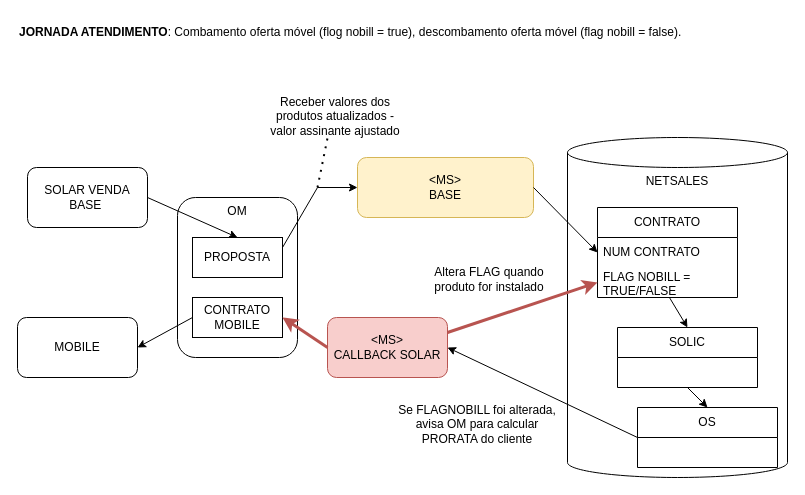
This is page "ATENDIMENTO SOLAR - COMBAMENTO BILLING ÚNICO" (7 of 8) of Billing Divergente Marcelo.drawio from samirali/ClaroBrasil, a draw.io file, before an edit. Source tidied: cells renumbered, new cells numbered last; positions are measured from the earlier drawing's top-left corner, leaving out a move shared by most shapes. Both pictures are drawn from the tidied source at 100%, with x=0, y=0 at pixel (17, 17).
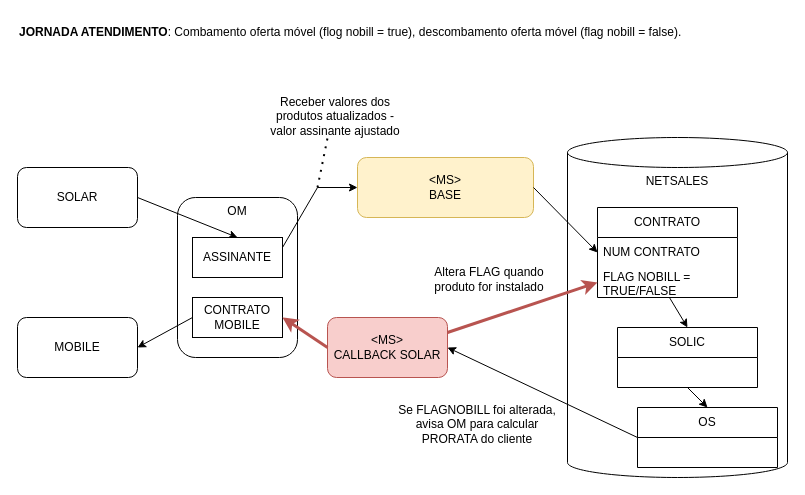
The same page after the edit.

Change to the diagram source:
```diff
@@
-    <mxCell id="2" value="SOLAR VENDA BASE&amp;nbsp;" style="rounded=1;whiteSpace=wrap;html=1;" parent="1" vertex="1">
-      <mxGeometry x="10" y="150" width="120" height="60" as="geometry" />
+    <mxCell id="2" value="SOLAR" style="rounded=1;whiteSpace=wrap;html=1;" parent="1" vertex="1">
+      <mxGeometry y="150" width="120" height="60" as="geometry" />
     </mxCell>
@@
-    <mxCell id="22" value="PROPOSTA" style="rounded=0;whiteSpace=wrap;html=1;" parent="1" vertex="1">
+    <mxCell id="22" value="ASSINANTE" style="rounded=0;whiteSpace=wrap;html=1;" parent="1" vertex="1">
       <mxGeometry x="175" y="220" width="90" height="40" as="geometry" />
     </mxCell>
```
